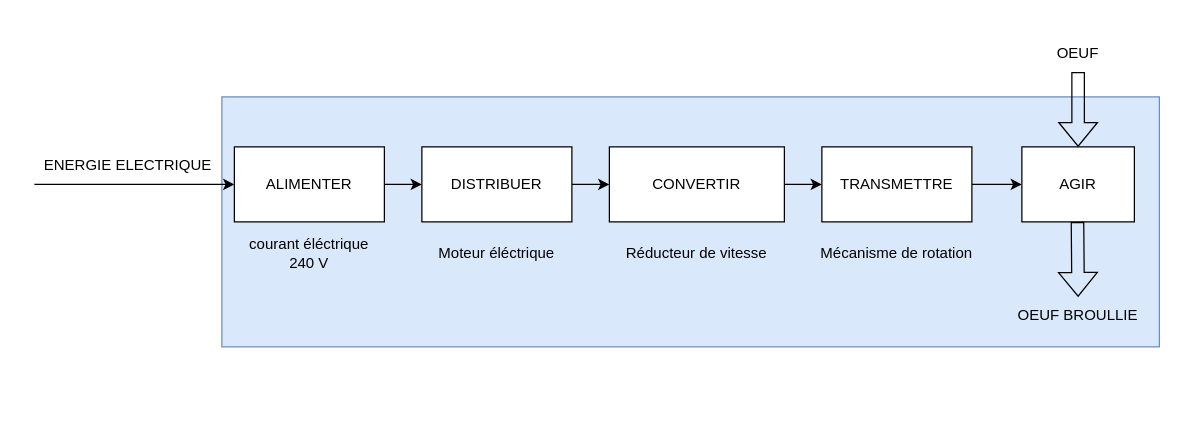
Before: Diagramme sans nom.drawio in admsnd/Classeur_SI-, a draw.io diagram. Source tidied: cells renumbered, new cells numbered last; positions are measured from the earlier drawing's top-left corner, leaving out a move shared by most shapes. Both pictures are drawn from the tidied source at 125%, with x=0, y=0 at pixel (21, 34).
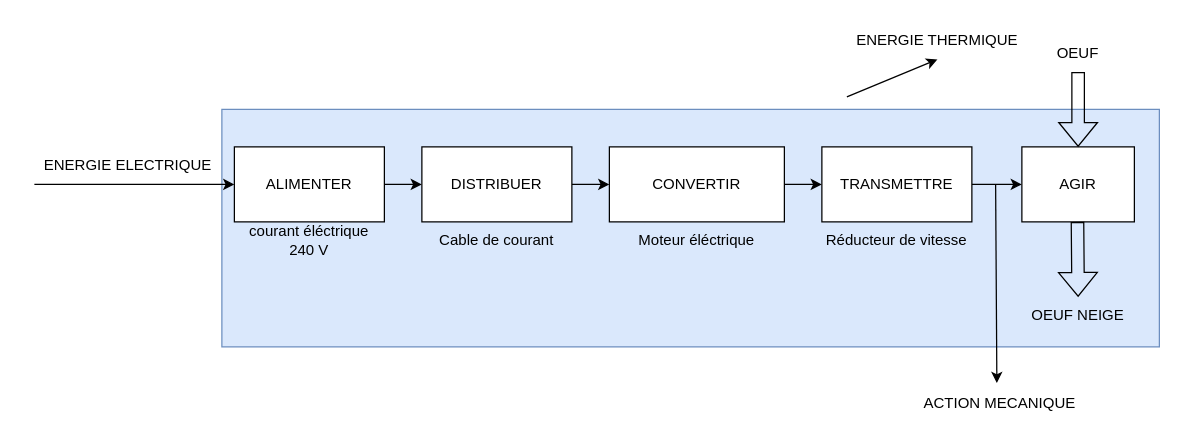
After the change.

Commit message (it also covers changes not shown here):
Mettre à jour Diagramme sans nom.drawio

The edit, as a diff of the source:
```diff
@@
     <mxCell id="2" style="rounded=0;whiteSpace=wrap;html=1;fillColor=#dae8fc;strokeColor=#6c8ebf;" parent="1" vertex="1">
-      <mxGeometry x="160" y="50" width="750" height="200" as="geometry" />
+      <mxGeometry x="160" y="60" width="750" height="190" as="geometry" />
     </mxCell>
@@
     <mxCell id="12" value="courant éléctrique&lt;div&gt;240 V&lt;/div&gt;" style="text;html=1;align=center;verticalAlign=middle;whiteSpace=wrap;rounded=0;" parent="1" vertex="1">
-      <mxGeometry x="165" y="160" width="130" height="30" as="geometry" />
+      <mxGeometry x="165" y="150" width="130" height="30" as="geometry" />
     </mxCell>
     <mxCell id="13" value="Moteur éléctrique" style="text;html=1;align=center;verticalAlign=middle;whiteSpace=wrap;rounded=0;" parent="1" vertex="1">
-      <mxGeometry x="315" y="160" width="130" height="30" as="geometry" />
+      <mxGeometry x="475" y="150" width="130" height="30" as="geometry" />
     </mxCell>
     <mxCell id="14" value="Réducteur de vitesse" style="text;html=1;align=center;verticalAlign=middle;whiteSpace=wrap;rounded=0;" parent="1" vertex="1">
-      <mxGeometry x="475" y="160" width="130" height="30" as="geometry" />
+      <mxGeometry x="635" y="150" width="130" height="30" as="geometry" />
     </mxCell>
-    <mxCell id="15" value="Mécanisme de rotation" style="text;html=1;align=center;verticalAlign=middle;whiteSpace=wrap;rounded=0;" parent="1" vertex="1">
-      <mxGeometry x="635" y="160" width="130" height="30" as="geometry" />
-    </mxCell>
@@
-    <mxCell id="18" value="OEUF BROULLIE" style="text;html=1;align=center;verticalAlign=middle;whiteSpace=wrap;rounded=0;" parent="1" vertex="1">
+    <mxCell id="18" value="OEUF NEIGE" style="text;html=1;align=center;verticalAlign=middle;whiteSpace=wrap;rounded=0;" parent="1" vertex="1">
       <mxGeometry x="780" y="210" width="130" height="30" as="geometry" />
     </mxCell>
@@
+    <mxCell id="22" style="endArrow=classic;html=1;rounded=0;entryX=0.5;entryY=1;entryDx=0;entryDy=0;" parent="1" edge="1" target="23">
+      <mxGeometry relative="1" as="geometry">
+        <mxPoint x="660" y="50" as="sourcePoint" />
+      </mxGeometry>
+    </mxCell>
+    <mxCell id="23" value="ENERGIE THERMIQUE" style="text;html=1;align=center;verticalAlign=middle;whiteSpace=wrap;rounded=0;" parent="1" vertex="1">
+      <mxGeometry x="660" y="-10" width="145" height="30" as="geometry" />
+    </mxCell>
+    <mxCell id="24" value="ACTION MECANIQUE" style="text;html=1;align=center;verticalAlign=middle;whiteSpace=wrap;rounded=0;" parent="1" vertex="1">
+      <mxGeometry x="710" y="280" width="145" height="30" as="geometry" />
+    </mxCell>
+    <mxCell id="25" style="endArrow=classic;html=1;rounded=0;entryX=0.559;entryY=-0.033;entryDx=0;entryDy=0;entryPerimeter=0;" parent="1" edge="1">
+      <mxGeometry relative="1" as="geometry">
+        <mxPoint x="779" y="120" as="sourcePoint" />
+        <mxPoint x="780" y="279" as="targetPoint" />
+      </mxGeometry>
+    </mxCell>
+    <mxCell id="26" value="Cable de courant" style="text;html=1;align=center;verticalAlign=middle;whiteSpace=wrap;rounded=0;" parent="1" vertex="1">
+      <mxGeometry x="315" y="150" width="130" height="30" as="geometry" />
+    </mxCell>
```
